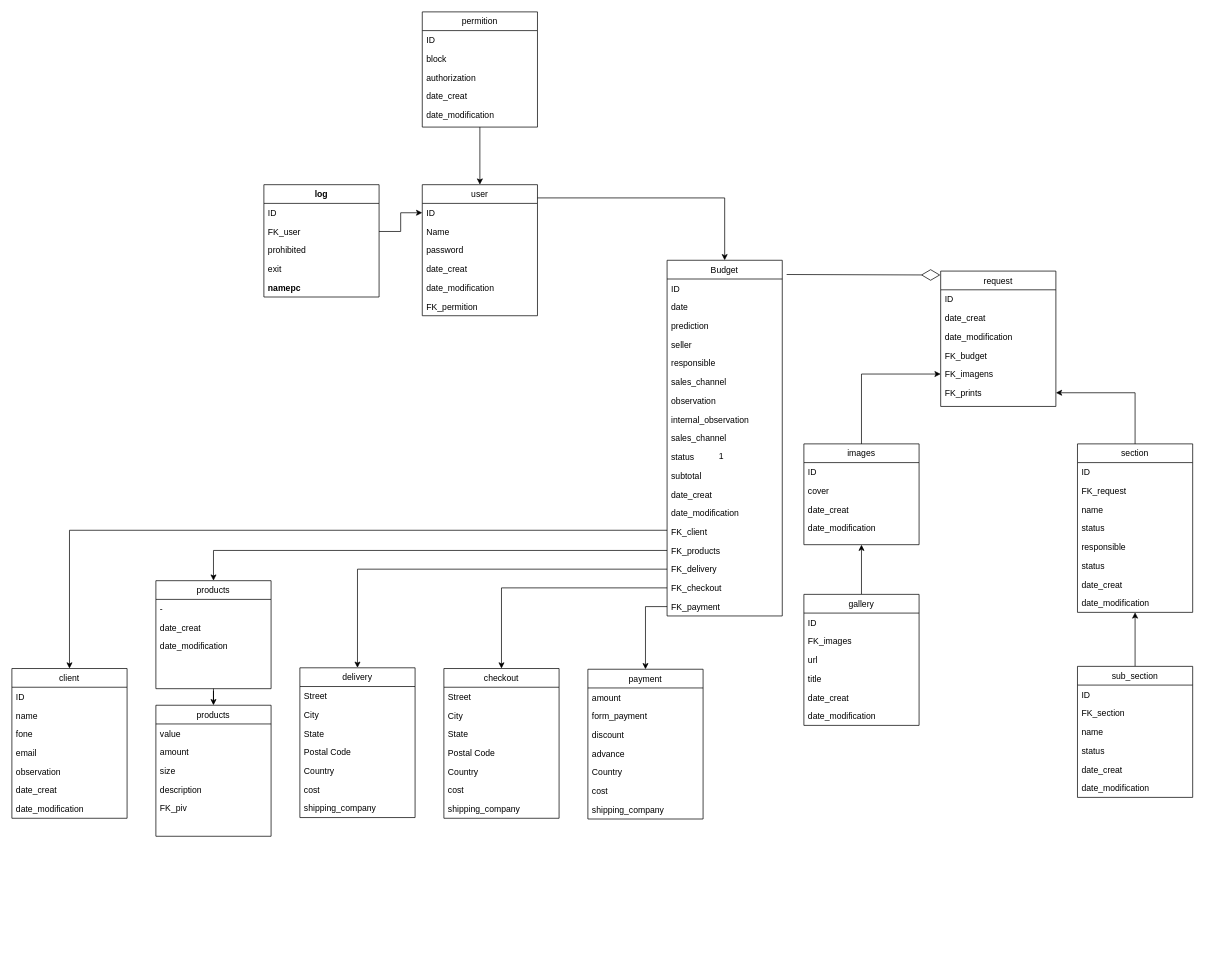
Above: Diagrama sem nome.drawio in Ninguem2k/Aula-platica-POO-JAVA (draw.io), before the change. Source tidied: cells renumbered, new cells numbered last; positions are measured from the earlier drawing's top-left corner, leaving out a move shared by most shapes. Both pictures are drawn from the tidied source at 72%, with x=0, y=0 at pixel (12, 12).
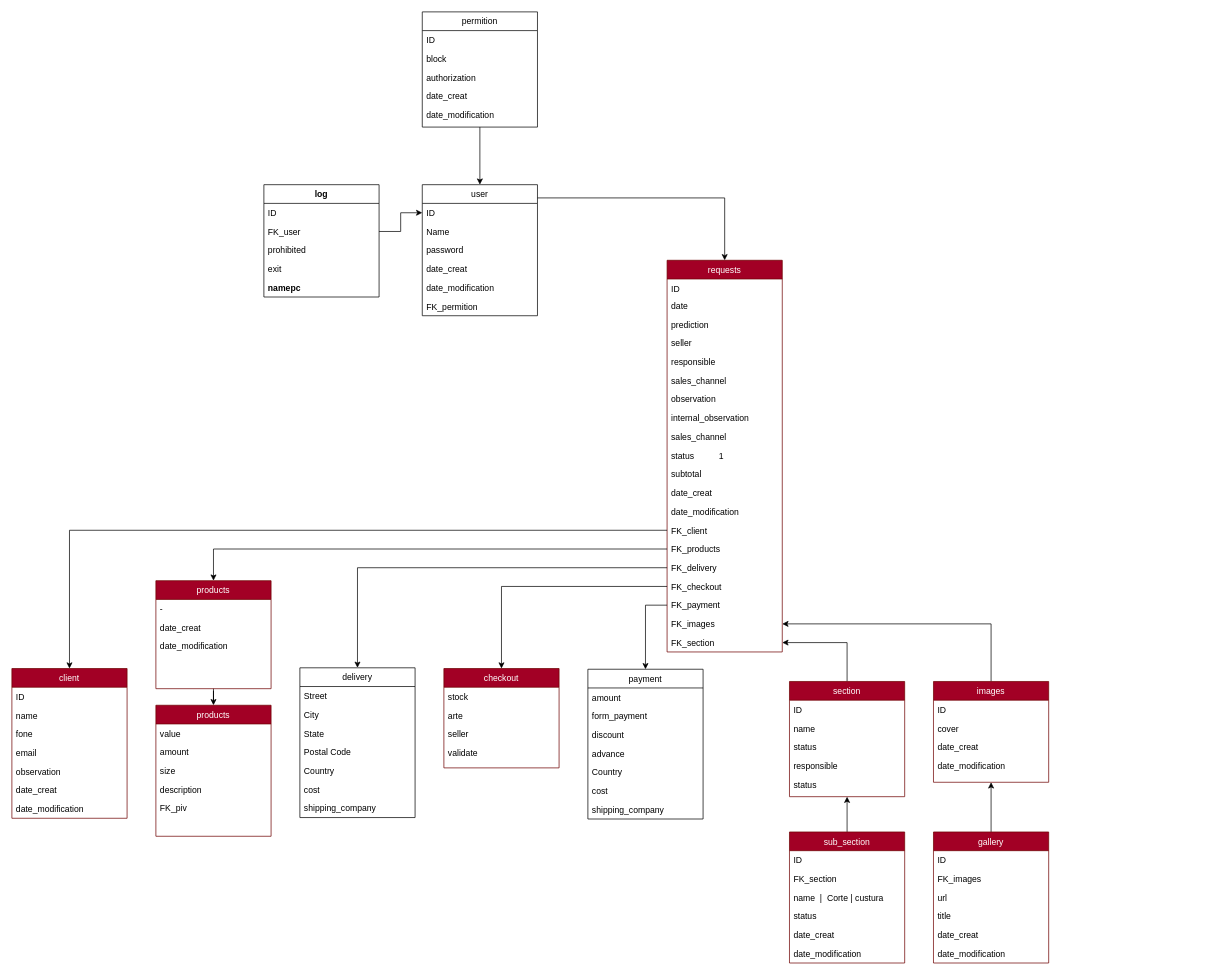
The same page after the edit.

Diff of the diagram source:
```diff
@@
-    <mxCell id="3" value="gallery" style="swimlane;fontStyle=0;align=center;verticalAlign=top;horizontal=1;startSize=26;rounded=0;shadow=0;strokeWidth=1;" parent="1" vertex="1">
-      <mxGeometry x="1100" y="809" width="160" height="182" as="geometry" />
+    <mxCell id="3" value="gallery" style="swimlane;fontStyle=0;align=center;verticalAlign=top;horizontal=1;startSize=26;rounded=0;shadow=0;strokeWidth=1;fillColor=#a20025;fontColor=#ffffff;strokeColor=#6F0000;" parent="1" vertex="1">
+      <mxGeometry x="1280" y="1139" width="160" height="182" as="geometry" />
     </mxCell>
@@
-    <mxCell id="11" value="Budget" style="swimlane;fontStyle=0;align=center;verticalAlign=top;horizontal=1;startSize=26;rounded=0;shadow=0;strokeWidth=1;" parent="1" vertex="1">
-      <mxGeometry x="910" y="345" width="160" height="494" as="geometry" />
+    <mxCell id="11" value="requests" style="swimlane;fontStyle=0;align=center;verticalAlign=top;horizontal=1;startSize=26;rounded=0;shadow=0;strokeWidth=1;fillColor=#a20025;fontColor=#ffffff;strokeColor=#6F0000;" parent="1" vertex="1">
+      <mxGeometry x="910" y="345" width="160" height="544" as="geometry" />
     </mxCell>
     <mxCell id="12" value="ID" style="text;align=left;verticalAlign=top;spacingLeft=4;spacingRight=4;overflow=hidden;" parent="11" vertex="1">
-      <mxGeometry y="26" width="160" height="26" as="geometry" />
+      <mxGeometry y="26" width="160" height="24" as="geometry" />
     </mxCell>
     <mxCell id="13" value="date" style="text;align=left;verticalAlign=top;spacingLeft=4;spacingRight=4;overflow=hidden;rounded=0;shadow=0;html=0;" parent="11" vertex="1">
-      <mxGeometry y="52" width="160" height="26" as="geometry" />
+      <mxGeometry y="50" width="160" height="26" as="geometry" />
     </mxCell>
     <mxCell id="14" value="prediction" style="text;align=left;verticalAlign=top;spacingLeft=4;spacingRight=4;overflow=hidden;rounded=0;shadow=0;html=0;" parent="11" vertex="1">
-      <mxGeometry y="78" width="160" height="26" as="geometry" />
+      <mxGeometry y="76" width="160" height="26" as="geometry" />
     </mxCell>
     <mxCell id="15" value="seller" style="text;align=left;verticalAlign=top;spacingLeft=4;spacingRight=4;overflow=hidden;rounded=0;shadow=0;html=0;" parent="11" vertex="1">
-      <mxGeometry y="104" width="160" height="26" as="geometry" />
+      <mxGeometry y="102" width="160" height="26" as="geometry" />
     </mxCell>
     <mxCell id="16" value="responsible" style="text;align=left;verticalAlign=top;spacingLeft=4;spacingRight=4;overflow=hidden;rounded=0;shadow=0;html=0;" parent="11" vertex="1">
-      <mxGeometry y="130" width="160" height="26" as="geometry" />
+      <mxGeometry y="128" width="160" height="26" as="geometry" />
     </mxCell>
     <mxCell id="17" value="sales_channel" style="text;align=left;verticalAlign=top;spacingLeft=4;spacingRight=4;overflow=hidden;rounded=0;shadow=0;html=0;" parent="11" vertex="1">
-      <mxGeometry y="156" width="160" height="26" as="geometry" />
+      <mxGeometry y="154" width="160" height="26" as="geometry" />
     </mxCell>
     <mxCell id="18" value="observation" style="text;align=left;verticalAlign=top;spacingLeft=4;spacingRight=4;overflow=hidden;rounded=0;shadow=0;html=0;" parent="11" vertex="1">
-      <mxGeometry y="182" width="160" height="26" as="geometry" />
+      <mxGeometry y="180" width="160" height="26" as="geometry" />
     </mxCell>
     <mxCell id="19" value="internal_observation" style="text;align=left;verticalAlign=top;spacingLeft=4;spacingRight=4;overflow=hidden;rounded=0;shadow=0;html=0;" parent="11" vertex="1">
-      <mxGeometry y="208" width="160" height="26" as="geometry" />
+      <mxGeometry y="206" width="160" height="26" as="geometry" />
     </mxCell>
     <mxCell id="20" value="sales_channel" style="text;align=left;verticalAlign=top;spacingLeft=4;spacingRight=4;overflow=hidden;rounded=0;shadow=0;html=0;" parent="11" vertex="1">
-      <mxGeometry y="234" width="160" height="26" as="geometry" />
+      <mxGeometry y="232" width="160" height="26" as="geometry" />
     </mxCell>
     <mxCell id="21" value="status" style="text;align=left;verticalAlign=top;spacingLeft=4;spacingRight=4;overflow=hidden;rounded=0;shadow=0;html=0;" parent="11" vertex="1">
-      <mxGeometry y="260" width="160" height="26" as="geometry" />
+      <mxGeometry y="258" width="160" height="26" as="geometry" />
     </mxCell>
     <mxCell id="22" value="subtotal&#10;" style="text;align=left;verticalAlign=top;spacingLeft=4;spacingRight=4;overflow=hidden;rounded=0;shadow=0;html=0;" parent="11" vertex="1">
-      <mxGeometry y="286" width="160" height="26" as="geometry" />
+      <mxGeometry y="284" width="160" height="26" as="geometry" />
     </mxCell>
     <mxCell id="23" value="date_creat" style="text;align=left;verticalAlign=top;spacingLeft=4;spacingRight=4;overflow=hidden;rounded=0;shadow=0;html=0;" parent="11" vertex="1">
-      <mxGeometry y="312" width="160" height="26" as="geometry" />
+      <mxGeometry y="310" width="160" height="26" as="geometry" />
     </mxCell>
     <mxCell id="24" value="date_modification" style="text;align=left;verticalAlign=top;spacingLeft=4;spacingRight=4;overflow=hidden;rounded=0;shadow=0;html=0;" parent="11" vertex="1">
-      <mxGeometry y="338" width="160" height="26" as="geometry" />
+      <mxGeometry y="336" width="160" height="26" as="geometry" />
     </mxCell>
     <mxCell id="25" value="FK_client" style="text;align=left;verticalAlign=top;spacingLeft=4;spacingRight=4;overflow=hidden;points=[[0,0.5],[1,0.5]];portConstraint=eastwest;rounded=0;shadow=0;html=0;" parent="11" vertex="1">
-      <mxGeometry y="364" width="160" height="26" as="geometry" />
+      <mxGeometry y="362" width="160" height="26" as="geometry" />
     </mxCell>
     <mxCell id="26" value="FK_products" style="text;align=left;verticalAlign=top;spacingLeft=4;spacingRight=4;overflow=hidden;points=[[0,0.5],[1,0.5]];portConstraint=eastwest;rounded=0;shadow=0;html=0;" parent="11" vertex="1">
-      <mxGeometry y="390" width="160" height="26" as="geometry" />
+      <mxGeometry y="388" width="160" height="26" as="geometry" />
     </mxCell>
     <mxCell id="27" value="FK_delivery" style="text;align=left;verticalAlign=top;spacingLeft=4;spacingRight=4;overflow=hidden;points=[[0,0.5],[1,0.5]];portConstraint=eastwest;rounded=0;shadow=0;html=0;" parent="11" vertex="1">
-      <mxGeometry y="416" width="160" height="26" as="geometry" />
+      <mxGeometry y="414" width="160" height="26" as="geometry" />
     </mxCell>
     <mxCell id="28" value="FK_checkout" style="text;align=left;verticalAlign=top;spacingLeft=4;spacingRight=4;overflow=hidden;points=[[0,0.5],[1,0.5]];portConstraint=eastwest;rounded=0;shadow=0;html=0;" parent="11" vertex="1">
-      <mxGeometry y="442" width="160" height="26" as="geometry" />
+      <mxGeometry y="440" width="160" height="26" as="geometry" />
     </mxCell>
     <mxCell id="29" value="FK_payment" style="text;align=left;verticalAlign=top;spacingLeft=4;spacingRight=4;overflow=hidden;points=[[0,0.5],[1,0.5]];portConstraint=eastwest;rounded=0;shadow=0;html=0;" parent="11" vertex="1">
-      <mxGeometry y="468" width="160" height="26" as="geometry" />
+      <mxGeometry y="466" width="160" height="26" as="geometry" />
     </mxCell>
+    <mxCell id="132" value="FK_images" style="text;align=left;verticalAlign=top;spacingLeft=4;spacingRight=4;overflow=hidden;points=[[0,0.5],[1,0.5]];portConstraint=eastwest;rounded=0;shadow=0;html=0;" parent="11" vertex="1">
+      <mxGeometry y="492" width="160" height="26" as="geometry" />
+    </mxCell>
+    <mxCell id="133" value="FK_section" style="text;align=left;verticalAlign=top;spacingLeft=4;spacingRight=4;overflow=hidden;points=[[0,0.5],[1,0.5]];portConstraint=eastwest;rounded=0;shadow=0;html=0;" parent="11" vertex="1">
+      <mxGeometry y="518" width="160" height="26" as="geometry" />
+    </mxCell>
-    <mxCell id="30" style="edgeStyle=orthogonalEdgeStyle;rounded=0;jettySize=auto;html=1;" parent="1" edge="1" source="31" target="48">
+    <mxCell id="30" style="edgeStyle=orthogonalEdgeStyle;rounded=0;jettySize=auto;html=1;" parent="1" edge="1" source="31" target="132">
       <mxGeometry relative="1" as="geometry" />
     </mxCell>
-    <mxCell id="31" value="images" style="swimlane;fontStyle=0;align=center;verticalAlign=top;horizontal=1;startSize=26;rounded=0;shadow=0;strokeWidth=1;" parent="1" vertex="1">
-      <mxGeometry x="1100" y="600" width="160" height="140" as="geometry" />
+    <mxCell id="31" value="images" style="swimlane;fontStyle=0;align=center;verticalAlign=top;horizontal=1;startSize=26;rounded=0;shadow=0;strokeWidth=1;fillColor=#a20025;fontColor=#ffffff;strokeColor=#6F0000;" parent="1" vertex="1">
+      <mxGeometry x="1280" y="930" width="160" height="140" as="geometry" />
     </mxCell>
@@
-    <mxCell id="36" style="endArrow=diamondThin;endFill=0;endSize=24;html=1;rounded=0;entryX=-0.003;entryY=0.029;entryDx=0;entryDy=0;entryPerimeter=0;exitX=1.038;exitY=0.04;exitDx=0;exitDy=0;exitPerimeter=0;" parent="1" edge="1" source="11" target="43">
-      <mxGeometry relative="1" as="geometry" />
-    </mxCell>
@@
-    <mxCell id="38" value="products" style="swimlane;fontStyle=0;align=center;verticalAlign=top;horizontal=1;startSize=26;rounded=0;shadow=0;strokeWidth=1;" parent="1" vertex="1">
+    <mxCell id="38" value="products" style="swimlane;fontStyle=0;align=center;verticalAlign=top;horizontal=1;startSize=26;rounded=0;shadow=0;strokeWidth=1;fillColor=#a20025;fontColor=#ffffff;strokeColor=#6F0000;" parent="1" vertex="1">
       <mxGeometry x="200" y="790" width="160" height="150" as="geometry" />
     </mxCell>
@@
-    <mxCell id="43" value="request&#10;" style="swimlane;fontStyle=0;align=center;verticalAlign=top;horizontal=1;startSize=26;rounded=0;shadow=0;strokeWidth=1;" parent="1" vertex="1">
-      <mxGeometry x="1290" y="360" width="160" height="188" as="geometry" />
-    </mxCell>
-    <mxCell id="44" value="ID" style="text;align=left;verticalAlign=top;spacingLeft=4;spacingRight=4;overflow=hidden;" parent="43" vertex="1">
-      <mxGeometry y="26" width="160" height="26" as="geometry" />
-    </mxCell>
-    <mxCell id="45" value="date_creat" style="text;align=left;verticalAlign=top;spacingLeft=4;spacingRight=4;overflow=hidden;rounded=0;shadow=0;html=0;" parent="43" vertex="1">
-      <mxGeometry y="52" width="160" height="26" as="geometry" />
-    </mxCell>
-    <mxCell id="46" value="date_modification" style="text;align=left;verticalAlign=top;spacingLeft=4;spacingRight=4;overflow=hidden;rounded=0;shadow=0;html=0;" parent="43" vertex="1">
-      <mxGeometry y="78" width="160" height="26" as="geometry" />
-    </mxCell>
-    <mxCell id="47" value="FK_budget" style="text;align=left;verticalAlign=top;spacingLeft=4;spacingRight=4;overflow=hidden;rounded=0;shadow=0;html=0;" parent="43" vertex="1">
-      <mxGeometry y="104" width="160" height="26" as="geometry" />
-    </mxCell>
-    <mxCell id="48" value="FK_imagens" style="text;align=left;verticalAlign=top;spacingLeft=4;spacingRight=4;overflow=hidden;points=[[0,0.5],[1,0.5]];portConstraint=eastwest;rounded=0;shadow=0;html=0;" parent="43" vertex="1">
-      <mxGeometry y="130" width="160" height="26" as="geometry" />
-    </mxCell>
-    <mxCell id="49" value="FK_prints" style="text;align=left;verticalAlign=top;spacingLeft=4;spacingRight=4;overflow=hidden;points=[[0,0.5],[1,0.5]];portConstraint=eastwest;rounded=0;shadow=0;html=0;" parent="43" vertex="1">
-      <mxGeometry y="156" width="160" height="26" as="geometry" />
-    </mxCell>
@@
-    <mxCell id="58" value="checkout" style="swimlane;fontStyle=0;align=center;verticalAlign=top;horizontal=1;startSize=26;rounded=0;shadow=0;strokeWidth=1;" parent="1" vertex="1">
-      <mxGeometry x="600" y="912" width="160" height="208" as="geometry" />
+    <mxCell id="58" value="checkout" style="swimlane;fontStyle=0;align=center;verticalAlign=top;horizontal=1;startSize=26;rounded=0;shadow=0;strokeWidth=1;fillColor=#a20025;fontColor=#ffffff;strokeColor=#6F0000;" parent="1" vertex="1">
+      <mxGeometry x="600" y="912" width="160" height="138" as="geometry" />
     </mxCell>
-    <mxCell id="59" value="Street" style="text;align=left;verticalAlign=top;spacingLeft=4;spacingRight=4;overflow=hidden;" parent="58" vertex="1">
-      <mxGeometry y="26" width="160" height="26" as="geometry" />
-    </mxCell>
-    <mxCell id="60" value="City" style="text;align=left;verticalAlign=top;spacingLeft=4;spacingRight=4;overflow=hidden;rounded=0;shadow=0;html=0;" parent="58" vertex="1">
-      <mxGeometry y="52" width="160" height="26" as="geometry" />
-    </mxCell>
-    <mxCell id="61" value="State" style="text;align=left;verticalAlign=top;spacingLeft=4;spacingRight=4;overflow=hidden;rounded=0;shadow=0;html=0;" parent="58" vertex="1">
-      <mxGeometry y="78" width="160" height="26" as="geometry" />
-    </mxCell>
-    <mxCell id="62" value="Postal Code" style="text;align=left;verticalAlign=top;spacingLeft=4;spacingRight=4;overflow=hidden;rounded=0;shadow=0;html=0;" parent="58" vertex="1">
-      <mxGeometry y="104" width="160" height="26" as="geometry" />
-    </mxCell>
-    <mxCell id="63" value="Country" style="text;align=left;verticalAlign=top;spacingLeft=4;spacingRight=4;overflow=hidden;rounded=0;shadow=0;html=0;" parent="58" vertex="1">
-      <mxGeometry y="130" width="160" height="26" as="geometry" />
+    <mxCell id="63" value="stock" style="text;align=left;verticalAlign=top;spacingLeft=4;spacingRight=4;overflow=hidden;rounded=0;shadow=0;html=0;" parent="58" vertex="1">
+      <mxGeometry y="26" width="160" height="26" as="geometry" />
     </mxCell>
-    <mxCell id="64" value="cost&#10;" style="text;align=left;verticalAlign=top;spacingLeft=4;spacingRight=4;overflow=hidden;rounded=0;shadow=0;html=0;" parent="58" vertex="1">
-      <mxGeometry y="156" width="160" height="26" as="geometry" />
-    </mxCell>
-    <mxCell id="65" value="shipping_company" style="text;align=left;verticalAlign=top;spacingLeft=4;spacingRight=4;overflow=hidden;rounded=0;shadow=0;html=0;" parent="58" vertex="1">
-      <mxGeometry y="182" width="160" height="26" as="geometry" />
+    <mxCell id="65" value="arte" style="text;align=left;verticalAlign=top;spacingLeft=4;spacingRight=4;overflow=hidden;rounded=0;shadow=0;html=0;" parent="58" vertex="1">
+      <mxGeometry y="52" width="160" height="26" as="geometry" />
     </mxCell>
+    <mxCell id="134" value="seller" style="text;align=left;verticalAlign=top;spacingLeft=4;spacingRight=4;overflow=hidden;rounded=0;shadow=0;html=0;" parent="58" vertex="1">
+      <mxGeometry y="78" width="160" height="26" as="geometry" />
+    </mxCell>
+    <mxCell id="135" value="validate" style="text;align=left;verticalAlign=top;spacingLeft=4;spacingRight=4;overflow=hidden;rounded=0;shadow=0;html=0;" parent="58" vertex="1">
+      <mxGeometry y="104" width="160" height="26" as="geometry" />
+    </mxCell>
@@
-    <mxCell id="78" value="client" style="swimlane;fontStyle=0;align=center;verticalAlign=top;horizontal=1;startSize=26;rounded=0;shadow=0;strokeWidth=1;" parent="1" vertex="1">
+    <mxCell id="78" value="client" style="swimlane;fontStyle=0;align=center;verticalAlign=top;horizontal=1;startSize=26;rounded=0;shadow=0;strokeWidth=1;fillColor=#a20025;fontColor=#ffffff;strokeColor=#6F0000;" parent="1" vertex="1">
       <mxGeometry y="912" width="160" height="208" as="geometry" />
     </mxCell>
@@
-    <mxCell id="87" value="sub_section" style="swimlane;fontStyle=0;align=center;verticalAlign=top;horizontal=1;startSize=26;rounded=0;shadow=0;strokeWidth=1;" parent="1" vertex="1">
-      <mxGeometry x="1480" y="909" width="160" height="182" as="geometry" />
+    <mxCell id="87" value="sub_section" style="swimlane;fontStyle=0;align=center;verticalAlign=top;horizontal=1;startSize=26;rounded=0;shadow=0;strokeWidth=1;fillColor=#a20025;fontColor=#ffffff;strokeColor=#6F0000;" parent="1" vertex="1">
+      <mxGeometry x="1080" y="1139" width="160" height="182" as="geometry" />
     </mxCell>
@@
-    <mxCell id="90" value="name" style="text;align=left;verticalAlign=top;spacingLeft=4;spacingRight=4;overflow=hidden;rounded=0;shadow=0;html=0;" parent="87" vertex="1">
+    <mxCell id="90" value="name  |  Corte | custura" style="text;align=left;verticalAlign=top;spacingLeft=4;spacingRight=4;overflow=hidden;rounded=0;shadow=0;html=0;" parent="87" vertex="1">
       <mxGeometry y="78" width="160" height="26" as="geometry" />
     </mxCell>
@@
-    <mxCell id="94" style="edgeStyle=orthogonalEdgeStyle;rounded=0;jettySize=auto;html=1;" parent="1" edge="1" source="95" target="49">
+    <mxCell id="94" style="edgeStyle=orthogonalEdgeStyle;rounded=0;jettySize=auto;html=1;" parent="1" edge="1" source="95" target="133">
       <mxGeometry relative="1" as="geometry" />
     </mxCell>
-    <mxCell id="95" value="section" style="swimlane;fontStyle=0;align=center;verticalAlign=top;horizontal=1;startSize=26;rounded=0;shadow=0;strokeWidth=1;" parent="1" vertex="1">
-      <mxGeometry x="1480" y="600" width="160" height="234" as="geometry" />
+    <mxCell id="95" value="section" style="swimlane;fontStyle=0;align=center;verticalAlign=top;horizontal=1;startSize=26;rounded=0;shadow=0;strokeWidth=1;fillColor=#a20025;fontColor=#ffffff;strokeColor=#6F0000;" parent="1" vertex="1">
+      <mxGeometry x="1080" y="930" width="160" height="160" as="geometry" />
     </mxCell>
@@
-    <mxCell id="97" value="FK_request" style="text;align=left;verticalAlign=top;spacingLeft=4;spacingRight=4;overflow=hidden;rounded=0;shadow=0;html=0;" parent="95" vertex="1">
-      <mxGeometry y="52" width="160" height="26" as="geometry" />
-    </mxCell>
     <mxCell id="98" value="name" style="text;align=left;verticalAlign=top;spacingLeft=4;spacingRight=4;overflow=hidden;rounded=0;shadow=0;html=0;" parent="95" vertex="1">
-      <mxGeometry y="78" width="160" height="26" as="geometry" />
+      <mxGeometry y="52" width="160" height="26" as="geometry" />
     </mxCell>
     <mxCell id="99" value="status" style="text;align=left;verticalAlign=top;spacingLeft=4;spacingRight=4;overflow=hidden;rounded=0;shadow=0;html=0;" parent="95" vertex="1">
-      <mxGeometry y="104" width="160" height="26" as="geometry" />
+      <mxGeometry y="78" width="160" height="26" as="geometry" />
     </mxCell>
     <mxCell id="100" value="responsible" style="text;align=left;verticalAlign=top;spacingLeft=4;spacingRight=4;overflow=hidden;rounded=0;shadow=0;html=0;" parent="95" vertex="1">
-      <mxGeometry y="130" width="160" height="26" as="geometry" />
+      <mxGeometry y="104" width="160" height="26" as="geometry" />
     </mxCell>
     <mxCell id="101" value="status" style="text;align=left;verticalAlign=top;spacingLeft=4;spacingRight=4;overflow=hidden;rounded=0;shadow=0;html=0;" parent="95" vertex="1">
-      <mxGeometry y="156" width="160" height="26" as="geometry" />
+      <mxGeometry y="130" width="160" height="26" as="geometry" />
     </mxCell>
-    <mxCell id="102" value="date_creat" style="text;align=left;verticalAlign=top;spacingLeft=4;spacingRight=4;overflow=hidden;rounded=0;shadow=0;html=0;" parent="95" vertex="1">
-      <mxGeometry y="182" width="160" height="26" as="geometry" />
-    </mxCell>
-    <mxCell id="103" value="date_modification" style="text;align=left;verticalAlign=top;spacingLeft=4;spacingRight=4;overflow=hidden;rounded=0;shadow=0;html=0;" parent="95" vertex="1">
-      <mxGeometry y="208" width="160" height="26" as="geometry" />
-    </mxCell>
@@
-    <mxCell id="126" value="products" style="swimlane;fontStyle=0;align=center;verticalAlign=top;horizontal=1;startSize=26;rounded=0;shadow=0;strokeWidth=1;" parent="1" vertex="1">
+    <mxCell id="126" value="products" style="swimlane;fontStyle=0;align=center;verticalAlign=top;horizontal=1;startSize=26;rounded=0;shadow=0;strokeWidth=1;fillColor=#a20025;fontColor=#ffffff;strokeColor=#6F0000;" parent="1" vertex="1">
       <mxGeometry x="200" y="963" width="160" height="182" as="geometry" />
     </mxCell>
```
